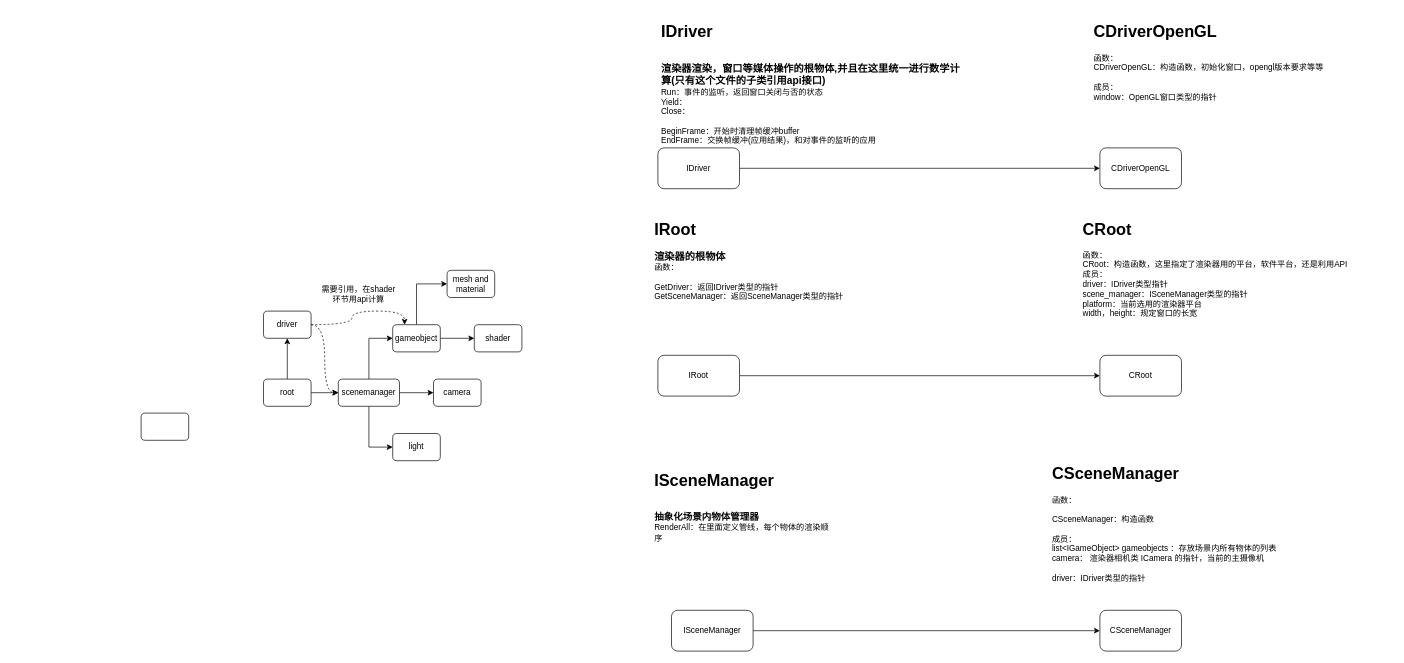
This is Framwork-log.drawio from thirtytytwo/renderer, a draw.io file, before an edit. Source tidied: cells renumbered, new cells numbered last; positions are measured from the earlier drawing's top-left corner, leaving out a move shared by most shapes. Both pictures are drawn from the tidied source at 68%, with x=0, y=0 at pixel (141, 18).
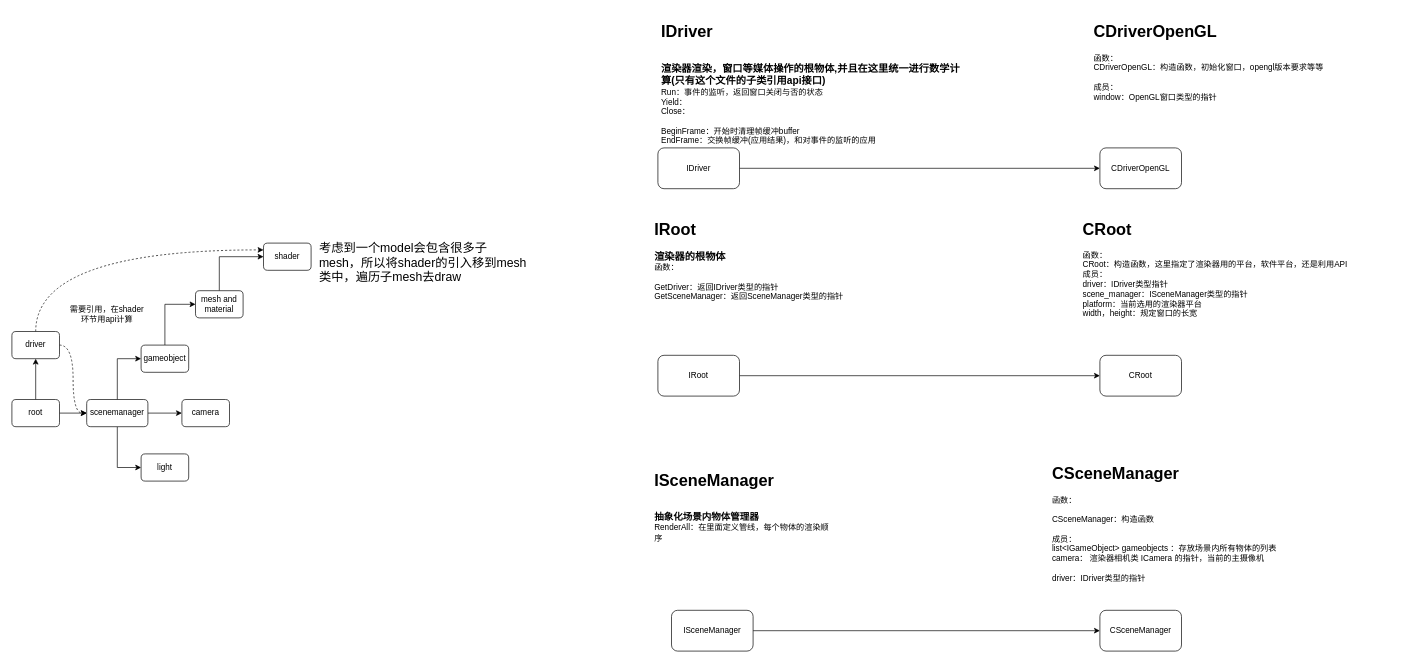
The same page after the edit.

Commit message (it also covers changes not shown here):
update framework log

What changed in the source:
```diff
@@
     <mxCell id="19" value="root" style="rounded=1;whiteSpace=wrap;html=1;" parent="1" vertex="1">
-      <mxGeometry x="180" y="530" width="70" height="40" as="geometry" />
+      <mxGeometry x="-190" y="560" width="70" height="40" as="geometry" />
     </mxCell>
@@
-    <mxCell id="21" style="edgeStyle=orthogonalEdgeStyle;rounded=0;jettySize=auto;html=1;exitX=1;exitY=0.5;exitDx=0;exitDy=0;entryX=0;entryY=0.5;entryDx=0;entryDy=0;" parent="1" edge="1" source="22" target="23">
-      <mxGeometry relative="1" as="geometry" />
-    </mxCell>
     <mxCell id="22" value="gameobject" style="rounded=1;whiteSpace=wrap;html=1;" parent="1" vertex="1">
-      <mxGeometry x="370" y="450" width="70" height="40" as="geometry" />
+      <mxGeometry y="480" width="70" height="40" as="geometry" />
     </mxCell>
     <mxCell id="23" value="shader" style="rounded=1;whiteSpace=wrap;html=1;" parent="1" vertex="1">
-      <mxGeometry x="490" y="450" width="70" height="40" as="geometry" />
+      <mxGeometry x="180" y="330" width="70" height="40" as="geometry" />
     </mxCell>
@@
     <mxCell id="27" value="scenemanager&lt;br&gt;" style="rounded=1;whiteSpace=wrap;html=1;" parent="1" vertex="1">
-      <mxGeometry x="290" y="530" width="90" height="40" as="geometry" />
+      <mxGeometry x="-80" y="560" width="90" height="40" as="geometry" />
     </mxCell>
-    <mxCell id="28" style="rounded=1;whiteSpace=wrap;html=1;" parent="1" vertex="1">
-      <mxGeometry y="580" width="70" height="40" as="geometry" />
-    </mxCell>
     <mxCell id="29" value="camera" style="rounded=1;whiteSpace=wrap;html=1;" parent="1" vertex="1">
-      <mxGeometry x="430" y="530" width="70" height="40" as="geometry" />
+      <mxGeometry x="60" y="560" width="70" height="40" as="geometry" />
     </mxCell>
     <mxCell id="30" value="light" style="rounded=1;whiteSpace=wrap;html=1;" parent="1" vertex="1">
-      <mxGeometry x="370" y="610" width="70" height="40" as="geometry" />
+      <mxGeometry y="640" width="70" height="40" as="geometry" />
     </mxCell>
+    <mxCell id="36" style="edgeStyle=orthogonalEdgeStyle;rounded=0;jettySize=auto;html=1;entryX=0;entryY=0.5;entryDx=0;entryDy=0;" parent="1" edge="1" source="31" target="23">
+      <mxGeometry relative="1" as="geometry">
+        <Array as="points">
+          <mxPoint x="115" y="350" />
+        </Array>
+      </mxGeometry>
+    </mxCell>
     <mxCell id="31" value="mesh and material" style="rounded=1;whiteSpace=wrap;html=1;" parent="1" vertex="1">
-      <mxGeometry x="450" y="370" width="70" height="40" as="geometry" />
+      <mxGeometry x="80" y="400" width="70" height="40" as="geometry" />
     </mxCell>
-    <mxCell id="32" style="edgeStyle=orthogonalEdgeStyle;rounded=0;jettySize=auto;html=1;exitX=1;exitY=0.5;exitDx=0;exitDy=0;entryX=0.25;entryY=0;entryDx=0;entryDy=0;curved=1;dashed=1;" parent="1" edge="1" source="34" target="22">
-      <mxGeometry relative="1" as="geometry" />
-    </mxCell>
@@
+    <mxCell id="37" style="edgeStyle=orthogonalEdgeStyle;rounded=0;jettySize=auto;html=1;fontSize=18;curved=1;dashed=1;" parent="1" edge="1" source="34" target="23">
+      <mxGeometry relative="1" as="geometry">
+        <Array as="points">
+          <mxPoint x="-155" y="340" />
+        </Array>
+      </mxGeometry>
+    </mxCell>
     <mxCell id="34" value="driver" style="rounded=1;whiteSpace=wrap;html=1;" parent="1" vertex="1">
-      <mxGeometry x="180" y="430" width="70" height="40" as="geometry" />
+      <mxGeometry x="-190" y="460" width="70" height="40" as="geometry" />
     </mxCell>
     <mxCell id="35" value="需要引用，在shader环节用api计算" style="text;html=1;strokeColor=none;fillColor=none;align=center;verticalAlign=middle;whiteSpace=wrap;rounded=0;" parent="1" vertex="1">
-      <mxGeometry x="260" y="390" width="120" height="30" as="geometry" />
+      <mxGeometry x="-110" y="420" width="120" height="30" as="geometry" />
     </mxCell>
+    <mxCell id="38" value="考虑到一个model会包含很多子mesh，所以将shader的引入移到mesh类中，遍历子mesh去draw" style="text;html=1;strokeColor=none;fillColor=none;align=left;verticalAlign=top;whiteSpace=wrap;rounded=0;fontSize=18;" parent="1" vertex="1">
+      <mxGeometry x="260" y="320" width="310" height="110" as="geometry" />
+    </mxCell>
```
